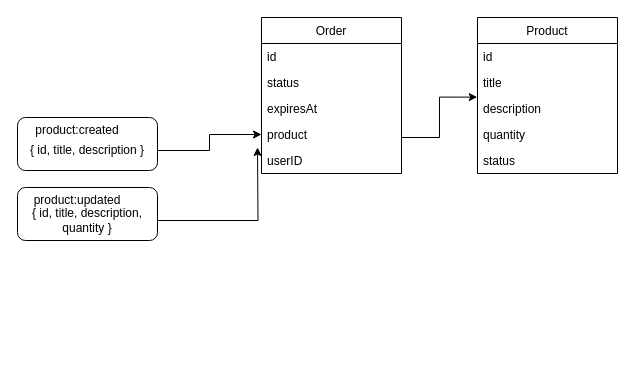
Above: docs/services/order.drawio in sikozonpc/e-commerce (draw.io), before the change. Source tidied: cells renumbered, new cells numbered last; positions are measured from the earlier drawing's top-left corner, leaving out a move shared by most shapes. Both pictures are drawn from the tidied source at 100%, with x=0, y=0 at pixel (17, 17).
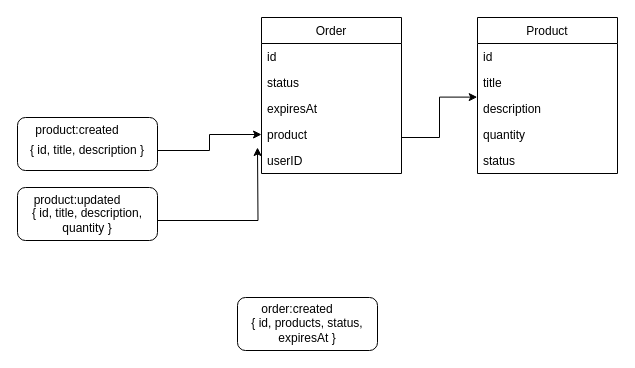
The same diagram, later.

Diff of the diagram source:
```diff
@@
+    <mxCell id="23" style="rounded=1;whiteSpace=wrap;html=1;" parent="1" vertex="1">
+      <mxGeometry x="220" y="280" width="140" height="53" as="geometry" />
+    </mxCell>
+    <mxCell id="24" value="order:created" style="text;html=1;strokeColor=none;fillColor=none;align=center;verticalAlign=middle;whiteSpace=wrap;rounded=0;" parent="1" vertex="1">
+      <mxGeometry x="260" y="280" width="40" height="23" as="geometry" />
+    </mxCell>
+    <mxCell id="25" value="{ id, products, status, expiresAt }" style="text;html=1;strokeColor=none;fillColor=none;align=center;verticalAlign=middle;whiteSpace=wrap;rounded=0;" parent="1" vertex="1">
+      <mxGeometry x="220" y="303" width="140" height="20" as="geometry" />
+    </mxCell>
```
